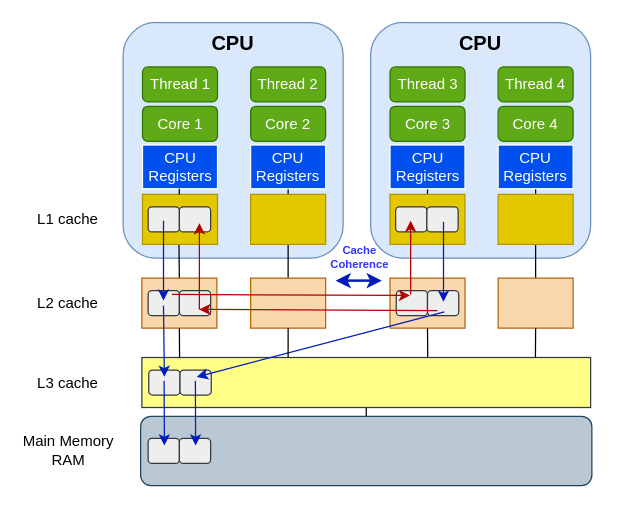
Earlier version of the draw.io diagram page "cache-coherence" (32 of 33) of presentation/java-concurrency.drawio (PreCyz/java-multithreads-examples). Source tidied: cells renumbered, new cells numbered last; positions are measured from the earlier drawing's top-left corner, leaving out a move shared by most shapes. Both pictures are drawn from the tidied source at 125%, with x=0, y=0 at pixel (21, 21).
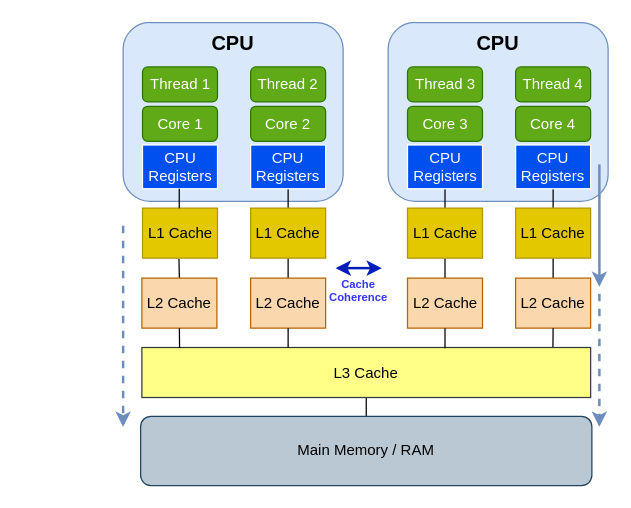
The same page after the edit.

Diff of the diagram source:
```diff
@@
     <mxCell id="2" value="CPU" style="rounded=1;whiteSpace=wrap;html=1;labelPosition=center;verticalLabelPosition=middle;align=center;verticalAlign=top;spacingLeft=0;spacingRight=0;spacingTop=0;spacingBottom=-29;fontSize=16;fontStyle=1;fillColor=#dae8fc;strokeColor=#6c8ebf;" parent="1" vertex="1">
-      <mxGeometry x="81" y="0.5" width="176" height="188.5" as="geometry" />
+      <mxGeometry x="81" y="0.5" width="176" height="143" as="geometry" />
     </mxCell>
@@
-    <mxCell id="6" style="rounded=0;whiteSpace=wrap;html=1;fillColor=#e3c800;fontColor=#000000;strokeColor=#B09500;" parent="1" vertex="1">
-      <mxGeometry x="96.5" y="138" width="60" height="40" as="geometry" />
+    <mxCell id="6" value="L1 Cache" style="rounded=0;whiteSpace=wrap;html=1;fillColor=#e3c800;fontColor=#000000;strokeColor=#B09500;" parent="1" vertex="1">
+      <mxGeometry x="96.5" y="149" width="60" height="40" as="geometry" />
     </mxCell>
-    <mxCell id="7" style="rounded=0;whiteSpace=wrap;html=1;fillColor=#fad7ac;strokeColor=#b46504;" parent="1" vertex="1">
+    <mxCell id="7" value="L2 Cache" style="rounded=0;whiteSpace=wrap;html=1;fillColor=#fad7ac;strokeColor=#b46504;" parent="1" vertex="1">
       <mxGeometry x="96" y="205" width="60" height="40" as="geometry" />
     </mxCell>
@@
-    <mxCell id="9" style="rounded=0;whiteSpace=wrap;html=1;fillColor=#ffff88;strokeColor=#36393d;" parent="1" vertex="1">
-      <mxGeometry x="96" y="268.5" width="359" height="40" as="geometry" />
+    <mxCell id="9" value="L3 Cache" style="rounded=0;whiteSpace=wrap;html=1;fillColor=#ffff88;strokeColor=#36393d;" parent="1" vertex="1">
+      <mxGeometry x="96" y="260.5" width="359" height="40" as="geometry" />
     </mxCell>
-    <mxCell id="10" style="rounded=1;whiteSpace=wrap;html=1;spacingRight=-245;labelPosition=left;verticalLabelPosition=top;align=right;verticalAlign=bottom;spacingBottom=-40;fontSize=23;fontStyle=0;fillColor=#bac8d3;strokeColor=#23445d;" parent="1" vertex="1">
+    <mxCell id="10" value="Main Memory / RAM" style="rounded=1;whiteSpace=wrap;html=1;spacingRight=0;labelPosition=center;verticalLabelPosition=middle;align=center;verticalAlign=middle;spacingBottom=0;fontSize=12;fontStyle=0;fillColor=#bac8d3;strokeColor=#23445d;" parent="1" vertex="1">
       <mxGeometry x="95" y="315.5" width="361" height="55.5" as="geometry" />
     </mxCell>
-    <mxCell id="11" style="rounded=1;whiteSpace=wrap;html=1;fillColor=#eeeeee;strokeColor=#36393d;" parent="1" vertex="1">
-      <mxGeometry x="101" y="333.2" width="25" height="20" as="geometry" />
-    </mxCell>
-    <mxCell id="12" style="rounded=1;whiteSpace=wrap;html=1;fillColor=#eeeeee;strokeColor=#36393d;" parent="1" vertex="1">
-      <mxGeometry x="126" y="333.2" width="25" height="20" as="geometry" />
-    </mxCell>
@@
-    <mxCell id="14" value="L1 cache" style="text;html=1;whiteSpace=wrap;strokeColor=none;fillColor=none;align=center;verticalAlign=middle;rounded=0;" parent="1" vertex="1">
-      <mxGeometry x="7" y="143" width="60" height="30" as="geometry" />
-    </mxCell>
-    <mxCell id="15" value="L2 cache" style="text;html=1;whiteSpace=wrap;strokeColor=none;fillColor=none;align=center;verticalAlign=middle;rounded=0;" parent="1" vertex="1">
-      <mxGeometry x="7" y="210" width="60" height="30" as="geometry" />
-    </mxCell>
-    <mxCell id="16" value="L3 cache" style="text;html=1;whiteSpace=wrap;strokeColor=none;fillColor=none;align=center;verticalAlign=middle;rounded=0;" parent="1" vertex="1">
-      <mxGeometry x="7" y="273.5" width="60" height="30" as="geometry" />
-    </mxCell>
-    <mxCell id="17" value="Main Memory&lt;div&gt;RAM&lt;/div&gt;" style="text;html=1;whiteSpace=wrap;strokeColor=none;fillColor=none;align=center;verticalAlign=middle;rounded=0;" parent="1" vertex="1">
-      <mxGeometry x="-0.5" y="328.2" width="75" height="30" as="geometry" />
-    </mxCell>
-    <mxCell id="18" style="rounded=1;whiteSpace=wrap;html=1;fillColor=#eeeeee;strokeColor=#36393d;" parent="1" vertex="1">
-      <mxGeometry x="101.5" y="278.5" width="25" height="20" as="geometry" />
-    </mxCell>
-    <mxCell id="19" style="rounded=1;whiteSpace=wrap;html=1;fillColor=#eeeeee;strokeColor=#36393d;" parent="1" vertex="1">
-      <mxGeometry x="126.5" y="278.5" width="25" height="20" as="geometry" />
-    </mxCell>
-    <mxCell id="20" style="rounded=1;whiteSpace=wrap;html=1;fillColor=#eeeeee;strokeColor=#36393d;" parent="1" vertex="1">
-      <mxGeometry x="101" y="215" width="25" height="20" as="geometry" />
-    </mxCell>
-    <mxCell id="21" style="rounded=1;whiteSpace=wrap;html=1;fillColor=#eeeeee;strokeColor=#36393d;" parent="1" vertex="1">
-      <mxGeometry x="126" y="215" width="25" height="20" as="geometry" />
-    </mxCell>
-    <mxCell id="22" style="rounded=1;whiteSpace=wrap;html=1;fillColor=#eeeeee;strokeColor=#36393d;" parent="1" vertex="1">
-      <mxGeometry x="101" y="148" width="25" height="20" as="geometry" />
-    </mxCell>
-    <mxCell id="23" style="rounded=1;whiteSpace=wrap;html=1;fillColor=#eeeeee;strokeColor=#36393d;" parent="1" vertex="1">
-      <mxGeometry x="126" y="148" width="25" height="20" as="geometry" />
-    </mxCell>
@@
-    <mxCell id="29" style="rounded=0;whiteSpace=wrap;html=1;fillColor=#e3c800;fontColor=#000000;strokeColor=#B09500;" parent="1" vertex="1">
-      <mxGeometry x="183" y="138" width="60" height="40" as="geometry" />
+    <mxCell id="29" value="L1 Cache" style="rounded=0;whiteSpace=wrap;html=1;fillColor=#e3c800;fontColor=#000000;strokeColor=#B09500;" parent="1" vertex="1">
+      <mxGeometry x="183" y="149" width="60" height="40" as="geometry" />
     </mxCell>
     <mxCell id="30" value="CPU" style="rounded=1;whiteSpace=wrap;html=1;labelPosition=center;verticalLabelPosition=middle;align=center;verticalAlign=top;spacingLeft=0;spacingRight=0;spacingTop=0;spacingBottom=-29;fontSize=16;fontStyle=1;fillColor=#dae8fc;strokeColor=#6c8ebf;" parent="1" vertex="1">
-      <mxGeometry x="279" y="0.5" width="176" height="188.5" as="geometry" />
+      <mxGeometry x="293" y="0.5" width="176" height="143" as="geometry" />
     </mxCell>
@@
     <mxCell id="32" value="CPU&lt;div&gt;Registers&lt;/div&gt;" style="rounded=0;whiteSpace=wrap;html=1;fillColor=#0050ef;fontColor=#ffffff;strokeColor=#FFFFFF;" parent="1" vertex="1">
-      <mxGeometry x="294.5" y="98.5" width="60" height="35" as="geometry" />
+      <mxGeometry x="308.5" y="98.5" width="60" height="35" as="geometry" />
     </mxCell>
     <mxCell id="33" value="Thread 3" style="rounded=1;whiteSpace=wrap;html=1;fillColor=#60a917;strokeColor=#2D7600;fontColor=#ffffff;" parent="1" vertex="1">
-      <mxGeometry x="294.5" y="36" width="60" height="28" as="geometry" />
+      <mxGeometry x="308.5" y="36" width="60" height="28" as="geometry" />
     </mxCell>
+    <mxCell id="65" style="edgeStyle=orthogonalEdgeStyle;rounded=0;jettySize=auto;html=1;exitX=0.5;exitY=1;exitDx=0;exitDy=0;entryX=0.5;entryY=0;entryDx=0;entryDy=0;endArrow=none;endFill=0;" parent="1" edge="1" source="34" target="47">
+      <mxGeometry relative="1" as="geometry" />
+    </mxCell>
-    <mxCell id="34" style="rounded=0;whiteSpace=wrap;html=1;fillColor=#e3c800;fontColor=#000000;strokeColor=#B09500;" parent="1" vertex="1">
-      <mxGeometry x="294.5" y="138" width="60" height="40" as="geometry" />
+    <mxCell id="34" value="L1 Cache" style="rounded=0;whiteSpace=wrap;html=1;fillColor=#e3c800;fontColor=#000000;strokeColor=#B09500;" parent="1" vertex="1">
+      <mxGeometry x="308.5" y="149" width="60" height="40" as="geometry" />
     </mxCell>
     <mxCell id="35" value="Core 3" style="rounded=1;whiteSpace=wrap;html=1;fillColor=#60a917;strokeColor=#2D7600;fontColor=#ffffff;" parent="1" vertex="1">
-      <mxGeometry x="294.5" y="67.5" width="60" height="28" as="geometry" />
+      <mxGeometry x="308.5" y="67.5" width="60" height="28" as="geometry" />
     </mxCell>
-    <mxCell id="36" style="rounded=1;whiteSpace=wrap;html=1;fillColor=#eeeeee;strokeColor=#36393d;" parent="1" vertex="1">
-      <mxGeometry x="299" y="148" width="25" height="20" as="geometry" />
-    </mxCell>
-    <mxCell id="37" style="rounded=1;whiteSpace=wrap;html=1;fillColor=#eeeeee;strokeColor=#36393d;" parent="1" vertex="1">
-      <mxGeometry x="324" y="148" width="25" height="20" as="geometry" />
-    </mxCell>
     <mxCell id="38" value="Thread 4" style="rounded=1;whiteSpace=wrap;html=1;fillColor=#60a917;strokeColor=#2D7600;fontColor=#ffffff;" parent="1" vertex="1">
-      <mxGeometry x="381" y="36" width="60" height="28" as="geometry" />
+      <mxGeometry x="395" y="36" width="60" height="28" as="geometry" />
     </mxCell>
     <mxCell id="39" value="Core 4" style="rounded=1;whiteSpace=wrap;html=1;fillColor=#60a917;strokeColor=#2D7600;fontColor=#ffffff;" parent="1" vertex="1">
-      <mxGeometry x="381" y="67.5" width="60" height="28" as="geometry" />
+      <mxGeometry x="395" y="67.5" width="60" height="28" as="geometry" />
     </mxCell>
@@
     <mxCell id="41" value="CPU&lt;div&gt;Registers&lt;/div&gt;" style="rounded=0;whiteSpace=wrap;html=1;fillColor=#0050ef;fontColor=#ffffff;strokeColor=#FFFFFF;" parent="1" vertex="1">
-      <mxGeometry x="381" y="98.5" width="60" height="35" as="geometry" />
+      <mxGeometry x="395" y="98.5" width="60" height="35" as="geometry" />
     </mxCell>
@@
-    <mxCell id="43" style="rounded=0;whiteSpace=wrap;html=1;fillColor=#e3c800;fontColor=#000000;strokeColor=#B09500;" parent="1" vertex="1">
-      <mxGeometry x="381" y="138" width="60" height="40" as="geometry" />
+    <mxCell id="43" value="L1 Cache" style="rounded=0;whiteSpace=wrap;html=1;fillColor=#e3c800;fontColor=#000000;strokeColor=#B09500;" parent="1" vertex="1">
+      <mxGeometry x="395" y="149" width="60" height="40" as="geometry" />
     </mxCell>
@@
     <mxCell id="45" value="Cache&lt;div&gt;Coherence&lt;/div&gt;" style="edgeStyle=orthogonalEdgeStyle;rounded=0;orthogonalLoop=1;jettySize=auto;html=1;startArrow=classic;startFill=1;strokeWidth=2;fillColor=#0050ef;strokeColor=#001DBC;labelBackgroundColor=none;fontSize=9;fontColor=#3333FF;fontStyle=1;" parent="1" edge="1">
-      <mxGeometry x="0.03" y="19" relative="1" as="geometry">
-        <mxPoint x="251" y="207" as="sourcePoint" />
-        <mxPoint x="288" y="207" as="targetPoint" />
+      <mxGeometry x="-0.03" y="-18" relative="1" as="geometry">
+        <mxPoint x="251" y="197" as="sourcePoint" />
+        <mxPoint x="288" y="197" as="targetPoint" />
       </mxGeometry>
     </mxCell>
-    <mxCell id="46" style="rounded=0;whiteSpace=wrap;html=1;fillColor=#fad7ac;strokeColor=#b46504;" parent="1" vertex="1">
+    <mxCell id="46" value="L2 Cache" style="rounded=0;whiteSpace=wrap;html=1;fillColor=#fad7ac;strokeColor=#b46504;" parent="1" vertex="1">
       <mxGeometry x="183" y="205" width="60" height="40" as="geometry" />
     </mxCell>
-    <mxCell id="47" style="rounded=0;whiteSpace=wrap;html=1;fillColor=#fad7ac;strokeColor=#b46504;" parent="1" vertex="1">
-      <mxGeometry x="294.5" y="205" width="60" height="40" as="geometry" />
+    <mxCell id="47" value="L2 Cache" style="rounded=0;whiteSpace=wrap;html=1;fillColor=#fad7ac;strokeColor=#b46504;" parent="1" vertex="1">
+      <mxGeometry x="308.5" y="205" width="60" height="40" as="geometry" />
     </mxCell>
-    <mxCell id="48" style="rounded=1;whiteSpace=wrap;html=1;fillColor=#eeeeee;strokeColor=#36393d;" parent="1" vertex="1">
-      <mxGeometry x="299.5" y="215" width="25" height="20" as="geometry" />
-    </mxCell>
-    <mxCell id="49" style="rounded=1;whiteSpace=wrap;html=1;fillColor=#eeeeee;strokeColor=#36393d;" parent="1" vertex="1">
-      <mxGeometry x="324.5" y="215" width="25" height="20" as="geometry" />
-    </mxCell>
-    <mxCell id="50" style="rounded=0;whiteSpace=wrap;html=1;fillColor=#fad7ac;strokeColor=#b46504;" parent="1" vertex="1">
-      <mxGeometry x="381" y="205" width="60" height="40" as="geometry" />
+    <mxCell id="50" value="L2 Cache" style="rounded=0;whiteSpace=wrap;html=1;fillColor=#fad7ac;strokeColor=#b46504;" parent="1" vertex="1">
+      <mxGeometry x="395" y="205" width="60" height="40" as="geometry" />
     </mxCell>
-    <mxCell id="51" style="endArrow=classic;html=1;rounded=0;fillColor=#0050ef;strokeColor=#001DBC;" parent="1" edge="1">
-      <mxGeometry relative="1" as="geometry">
-        <mxPoint x="113.3" y="159" as="sourcePoint" />
-        <mxPoint x="113.3" y="223" as="targetPoint" />
-      </mxGeometry>
-    </mxCell>
-    <mxCell id="52" style="endArrow=classic;html=1;rounded=0;fillColor=#0050ef;strokeColor=#001DBC;" parent="1" edge="1">
-      <mxGeometry relative="1" as="geometry">
-        <mxPoint x="113.3" y="227" as="sourcePoint" />
-        <mxPoint x="114" y="284" as="targetPoint" />
-      </mxGeometry>
-    </mxCell>
-    <mxCell id="53" style="endArrow=classic;html=1;rounded=0;fillColor=#0050ef;strokeColor=#001DBC;" parent="1" edge="1">
-      <mxGeometry relative="1" as="geometry">
-        <mxPoint x="113.8" y="287.2" as="sourcePoint" />
-        <mxPoint x="114" y="339" as="targetPoint" />
-      </mxGeometry>
-    </mxCell>
-    <mxCell id="54" style="endArrow=classic;html=1;rounded=0;fillColor=#e51400;strokeColor=#B20000;" parent="1" edge="1">
-      <mxGeometry relative="1" as="geometry">
-        <mxPoint x="120" y="218" as="sourcePoint" />
-        <mxPoint x="310.5" y="218.9" as="targetPoint" />
-      </mxGeometry>
-    </mxCell>
-    <mxCell id="55" style="endArrow=classic;html=1;rounded=0;fillColor=#e51400;strokeColor=#B20000;" parent="1" edge="1">
-      <mxGeometry relative="1" as="geometry">
-        <mxPoint x="311" y="218" as="sourcePoint" />
-        <mxPoint x="311" y="159" as="targetPoint" />
-      </mxGeometry>
-    </mxCell>
-    <mxCell id="56" style="endArrow=none;html=1;rounded=0;fillColor=#e51400;strokeColor=#B20000;startArrow=classic;startFill=1;endFill=0;" parent="1" edge="1">
-      <mxGeometry relative="1" as="geometry">
-        <mxPoint x="142" y="230" as="sourcePoint" />
-        <mxPoint x="332.5" y="230.9" as="targetPoint" />
-      </mxGeometry>
-    </mxCell>
-    <mxCell id="57" style="endArrow=classic;html=1;rounded=0;fillColor=#e51400;strokeColor=#B20000;" parent="1" edge="1">
-      <mxGeometry relative="1" as="geometry">
-        <mxPoint x="142" y="230" as="sourcePoint" />
-        <mxPoint x="142" y="161" as="targetPoint" />
-      </mxGeometry>
-    </mxCell>
-    <mxCell id="58" style="endArrow=classic;html=1;rounded=0;fillColor=#0050ef;strokeColor=#001DBC;" parent="1" edge="1">
-      <mxGeometry relative="1" as="geometry">
-        <mxPoint x="337.3" y="160" as="sourcePoint" />
-        <mxPoint x="337.3" y="224" as="targetPoint" />
-      </mxGeometry>
-    </mxCell>
-    <mxCell id="59" style="endArrow=classic;html=1;rounded=0;fillColor=#0050ef;strokeColor=#001DBC;" parent="1" edge="1">
-      <mxGeometry relative="1" as="geometry">
-        <mxPoint x="338" y="232" as="sourcePoint" />
-        <mxPoint x="140" y="284" as="targetPoint" />
-      </mxGeometry>
-    </mxCell>
-    <mxCell id="60" style="endArrow=classic;html=1;rounded=0;fillColor=#0050ef;strokeColor=#001DBC;" parent="1" edge="1">
-      <mxGeometry relative="1" as="geometry">
-        <mxPoint x="138.8" y="287.2" as="sourcePoint" />
-        <mxPoint x="139" y="339" as="targetPoint" />
-      </mxGeometry>
-    </mxCell>
@@
-    <mxCell id="63" style="edgeStyle=orthogonalEdgeStyle;rounded=0;jettySize=auto;html=1;exitX=0.5;exitY=1;exitDx=0;exitDy=0;entryX=0.637;entryY=-0.008;entryDx=0;entryDy=0;entryPerimeter=0;endArrow=none;endFill=0;" parent="1" edge="1" source="47" target="9">
-      <mxGeometry relative="1" as="geometry" />
+    <mxCell id="63" style="edgeStyle=orthogonalEdgeStyle;rounded=0;jettySize=auto;html=1;exitX=0.5;exitY=1;exitDx=0;exitDy=0;endArrow=none;endFill=0;" parent="1" edge="1" source="47">
+      <mxGeometry relative="1" as="geometry">
+        <mxPoint x="338.5" y="261" as="targetPoint" />
+        <Array as="points">
+          <mxPoint x="339" y="245" />
+        </Array>
+      </mxGeometry>
     </mxCell>
-    <mxCell id="64" style="edgeStyle=orthogonalEdgeStyle;rounded=0;jettySize=auto;html=1;exitX=0.5;exitY=1;exitDx=0;exitDy=0;entryX=0.877;entryY=-0.008;entryDx=0;entryDy=0;entryPerimeter=0;endArrow=none;endFill=0;" parent="1" edge="1" source="50" target="9">
-      <mxGeometry relative="1" as="geometry" />
+    <mxCell id="64" style="edgeStyle=orthogonalEdgeStyle;rounded=0;jettySize=auto;html=1;exitX=0.5;exitY=1;exitDx=0;exitDy=0;endArrow=none;endFill=0;entryX=0.916;entryY=-0.008;entryDx=0;entryDy=0;entryPerimeter=0;" parent="1" edge="1" source="50" target="9">
+      <mxGeometry relative="1" as="geometry">
+        <Array as="points">
+          <mxPoint x="425" y="245" />
+        </Array>
+      </mxGeometry>
     </mxCell>
+    <mxCell id="66" style="endArrow=classic;html=1;rounded=0;strokeWidth=2;dashed=1;fillColor=#dae8fc;strokeColor=#6c8ebf;" parent="1" edge="1">
+      <mxGeometry relative="1" as="geometry">
+        <mxPoint x="81" y="163" as="sourcePoint" />
+        <mxPoint x="81" y="324" as="targetPoint" />
+      </mxGeometry>
+    </mxCell>
+    <mxCell id="67" style="endArrow=classic;html=1;rounded=0;strokeWidth=2;fillColor=#dae8fc;strokeColor=#6c8ebf;" parent="1" edge="1">
+      <mxGeometry relative="1" as="geometry">
+        <mxPoint x="462" y="114" as="sourcePoint" />
+        <mxPoint x="462" y="212" as="targetPoint" />
+      </mxGeometry>
+    </mxCell>
+    <mxCell id="68" style="endArrow=classic;html=1;rounded=0;strokeWidth=2;dashed=1;fillColor=#dae8fc;strokeColor=#6c8ebf;" parent="1" edge="1">
+      <mxGeometry relative="1" as="geometry">
+        <mxPoint x="462" y="217.5" as="sourcePoint" />
+        <mxPoint x="462" y="324" as="targetPoint" />
+      </mxGeometry>
+    </mxCell>
```
